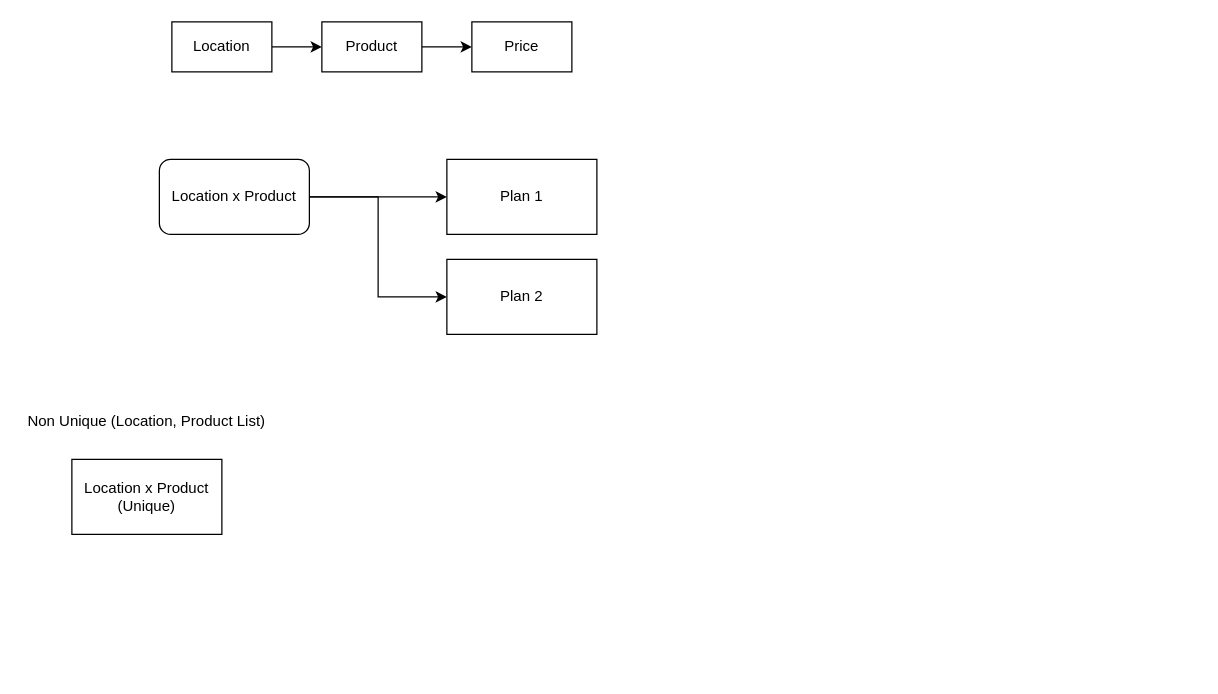
aayush-tuladhar-kr/drawio keeps this draw.io diagram as page "Multi Plan" (8 of 9) of kroger.drawio. Above is the earlier version. Source tidied: cells renumbered, new cells numbered last; positions are measured from the earlier drawing's top-left corner, leaving out a move shared by most shapes. Both pictures are drawn from the tidied source at 125%, with x=0, y=0 at pixel (21, 21).
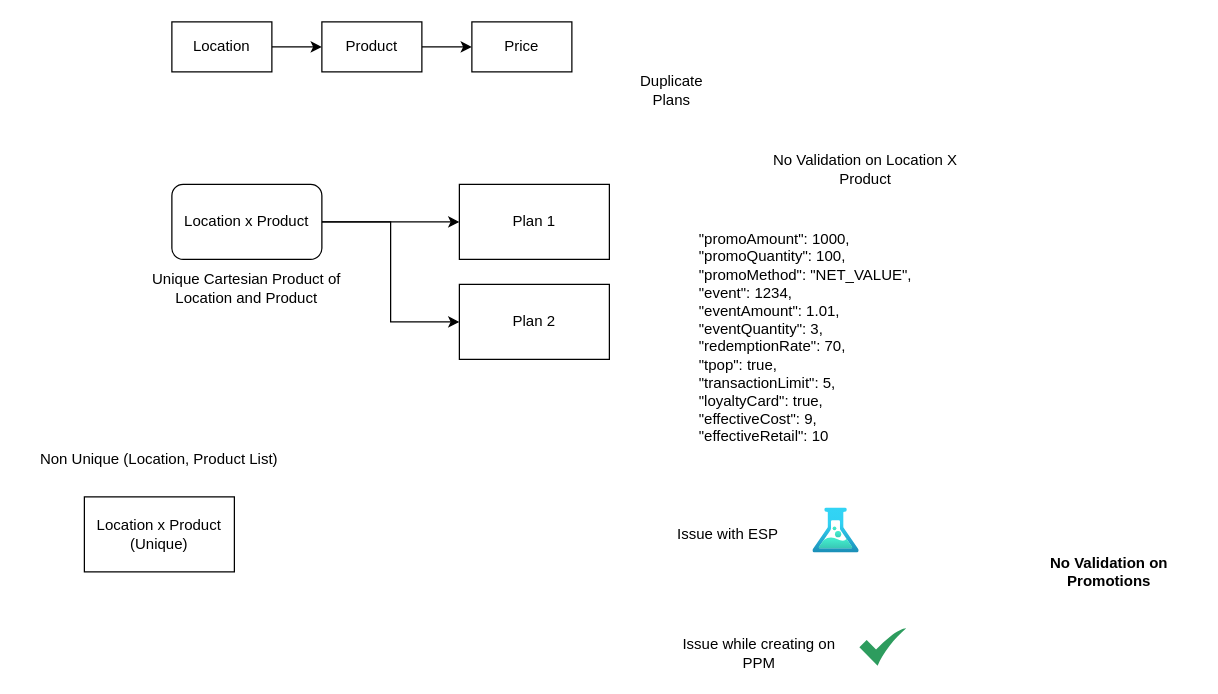
The same diagram, later.

The edit, as a diff of the source:
```diff
@@
     <mxCell id="9" value="Location x Product" style="rounded=1;whiteSpace=wrap;html=1;" parent="1" vertex="1">
-      <mxGeometry x="110" y="110" width="120" height="60" as="geometry" />
+      <mxGeometry x="120" y="130" width="120" height="60" as="geometry" />
     </mxCell>
     <mxCell id="10" value="Plan 1" style="rounded=0;whiteSpace=wrap;html=1;" parent="1" vertex="1">
-      <mxGeometry x="340" y="110" width="120" height="60" as="geometry" />
+      <mxGeometry x="350" y="130" width="120" height="60" as="geometry" />
     </mxCell>
     <mxCell id="11" value="Plan 2" style="rounded=0;whiteSpace=wrap;html=1;" parent="1" vertex="1">
-      <mxGeometry x="340" y="190" width="120" height="60" as="geometry" />
+      <mxGeometry x="350" y="210" width="120" height="60" as="geometry" />
     </mxCell>
     <mxCell id="12" value="Location x Product (Unique)" style="rounded=0;whiteSpace=wrap;html=1;" parent="1" vertex="1">
-      <mxGeometry x="40" y="350" width="120" height="60" as="geometry" />
+      <mxGeometry x="50" y="380" width="120" height="60" as="geometry" />
     </mxCell>
     <mxCell id="13" value="Non Unique (Location, Product List)" style="text;html=1;align=center;verticalAlign=middle;whiteSpace=wrap;rounded=0;" parent="1" vertex="1">
-      <mxGeometry y="300" width="200" height="40" as="geometry" />
+      <mxGeometry x="10" y="330" width="200" height="40" as="geometry" />
     </mxCell>
+    <mxCell id="14" value="Unique Cartesian Product of Location and Product" style="text;html=1;align=center;verticalAlign=middle;whiteSpace=wrap;rounded=0;" parent="1" vertex="1">
+      <mxGeometry x="95" y="200" width="170" height="25" as="geometry" />
+    </mxCell>
+    <mxCell id="15" value="No Validation on Location X Product" style="text;html=1;align=center;verticalAlign=middle;whiteSpace=wrap;rounded=0;" parent="1" vertex="1">
+      <mxGeometry x="600" y="105" width="150" height="25" as="geometry" />
+    </mxCell>
+    <mxCell id="16" value="Duplicate Plans" style="text;html=1;align=center;verticalAlign=middle;whiteSpace=wrap;rounded=0;" parent="1" vertex="1">
+      <mxGeometry x="490" y="40" width="60" height="30" as="geometry" />
+    </mxCell>
+    <mxCell id="17" value="Issue with ESP" style="text;html=1;align=center;verticalAlign=middle;whiteSpace=wrap;rounded=0;" parent="1" vertex="1">
+      <mxGeometry x="520" y="395" width="90" height="30" as="geometry" />
+    </mxCell>
+    <mxCell id="18" value="Issue while creating on PPM" style="text;html=1;align=center;verticalAlign=middle;whiteSpace=wrap;rounded=0;" parent="1" vertex="1">
+      <mxGeometry x="520" y="490" width="140" height="30" as="geometry" />
+    </mxCell>
+    <mxCell id="19" value="No Validation on Promotions" style="text;html=1;align=center;verticalAlign=middle;whiteSpace=wrap;rounded=0;fontStyle=1;" parent="1" vertex="1">
+      <mxGeometry x="800" y="430" width="140" height="20" as="geometry" />
+    </mxCell>
+    <mxCell id="20" value="&quot;promoAmount&quot;: 1000,&#10;        &quot;promoQuantity&quot;: 100,&#10;        &quot;promoMethod&quot;: &quot;NET_VALUE&quot;,&#10;        &quot;event&quot;: 1234,&#10;        &quot;eventAmount&quot;: 1.01,&#10;        &quot;eventQuantity&quot;: 3,&#10;        &quot;redemptionRate&quot;: 70,&#10;        &quot;tpop&quot;: true,&#10;        &quot;transactionLimit&quot;: 5,&#10;        &quot;loyaltyCard&quot;: true,&#10;        &quot;effectiveCost&quot;: 9,&#10;        &quot;effectiveRetail&quot;: 10" style="text;whiteSpace=wrap;html=1;" parent="1" vertex="1">
+      <mxGeometry x="540" y="160" width="180" height="190" as="geometry" />
+    </mxCell>
+    <mxCell id="21" style="sketch=0;html=1;strokeColor=none;shadow=0;align=center;fillColor=#2D9C5E;verticalAlign=top;labelPosition=center;verticalLabelPosition=bottom;shape=mxgraph.gcp2.check;" parent="1" vertex="1">
+      <mxGeometry x="670" y="485" width="37.5" height="30" as="geometry" />
+    </mxCell>
+    <mxCell id="22" style="image;html=1;align=center;fontSize=12;image=img/lib/azure2/general/Load_Test.svg;" parent="1" vertex="1">
+      <mxGeometry x="632.9" y="389" width="37.1" height="36" as="geometry" />
+    </mxCell>
```
